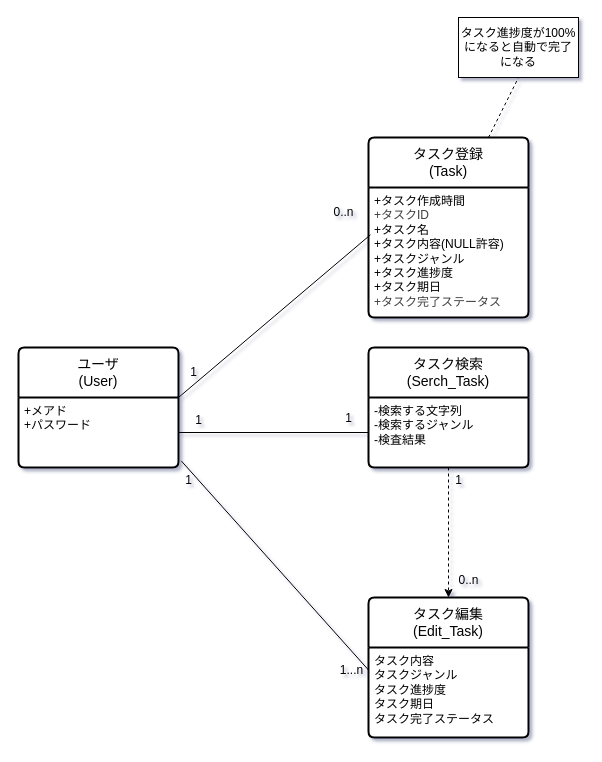
Above: DDD図/3-1 ドメインモデル図(クラスになる).drawio in OMOCHInoHOSHI/2025-ToDoapp (draw.io), before the change. Source tidied: cells renumbered, new cells numbered last; positions are measured from the earlier drawing's top-left corner, leaving out a move shared by most shapes. Both pictures are drawn from the tidied source at 100%, with x=0, y=0 at pixel (18, 17).
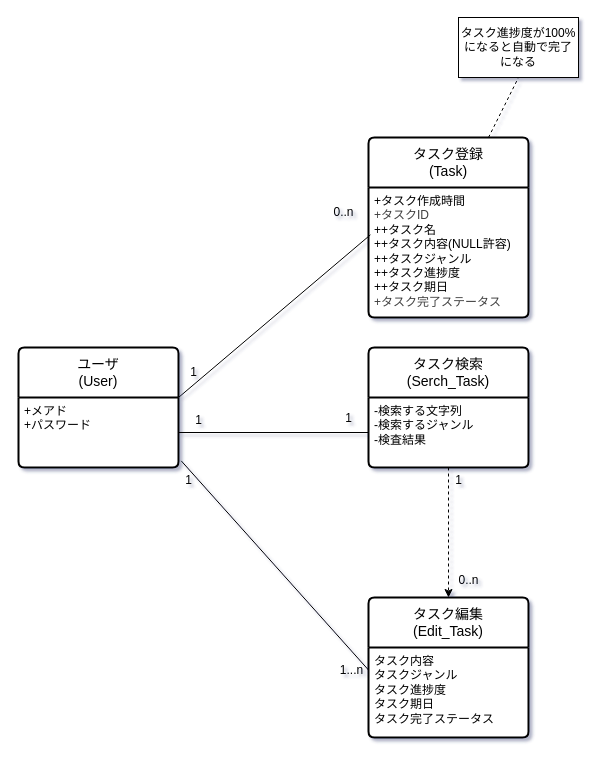
The same diagram, later.

Commit message:
ドメインモデル図 ++で入力データを表現

The change refers to these unchanged cells:
```xml
<mxCell id="2" value="タスク登録&lt;br&gt;(Task)" style="swimlane;horizontal=1;startSize=50;rounded=1;fontSize=14;fontStyle=0;strokeWidth=2;shadow=0;dashed=0;align=center;arcSize=4;whiteSpace=wrap;html=1;swimlaneFillColor=default;" parent="1" vertex="1">
  <mxGeometry x="350" y="120" width="160" height="180" as="geometry" />
</mxCell>
```

The edit, as a diff of the source:
```diff
@@
-    <mxCell id="3" value="&lt;div&gt;&lt;span style=&quot;background-color: transparent;&quot;&gt;+タスク作成時間&lt;/span&gt;&lt;/div&gt;&lt;div&gt;&lt;span style=&quot;color: rgb(63, 63, 63);&quot;&gt;+タスクID&lt;/span&gt;&lt;span style=&quot;background-color: transparent;&quot;&gt;&lt;/span&gt;&lt;/div&gt;+タスク名&lt;div&gt;+タスク内容(NULL許容)&lt;/div&gt;&lt;div&gt;+タスクジャンル&lt;/div&gt;&lt;div&gt;+タスク進捗度&lt;/div&gt;&lt;div&gt;+タスク期日&lt;/div&gt;&lt;div&gt;&lt;span style=&quot;color: rgb(63, 63, 63);&quot;&gt;+タスク完了ステータス&lt;/span&gt;&lt;/div&gt;" style="align=left;strokeColor=none;fillColor=none;spacingLeft=4;fontSize=12;verticalAlign=top;html=1;" parent="2" vertex="1">
+    <mxCell id="3" value="&lt;div&gt;&lt;span style=&quot;background-color: transparent;&quot;&gt;+タスク作成時間&lt;/span&gt;&lt;/div&gt;&lt;div&gt;&lt;span style=&quot;color: rgb(63, 63, 63);&quot;&gt;+タスクID&lt;/span&gt;&lt;span style=&quot;background-color: transparent;&quot;&gt;&lt;/span&gt;&lt;/div&gt;++タスク名&lt;div&gt;++タスク内容(NULL許容)&lt;/div&gt;&lt;div&gt;++タスクジャンル&lt;/div&gt;&lt;div&gt;++タスク進捗度&lt;/div&gt;&lt;div&gt;++タスク期日&lt;/div&gt;&lt;div&gt;&lt;span style=&quot;color: rgb(63, 63, 63);&quot;&gt;+タスク完了ステータス&lt;/span&gt;&lt;/div&gt;" style="align=left;strokeColor=none;fillColor=none;spacingLeft=4;fontSize=12;verticalAlign=top;html=1;" parent="2" vertex="1">
       <mxGeometry y="50" width="160" height="130" as="geometry" />
     </mxCell>
```
